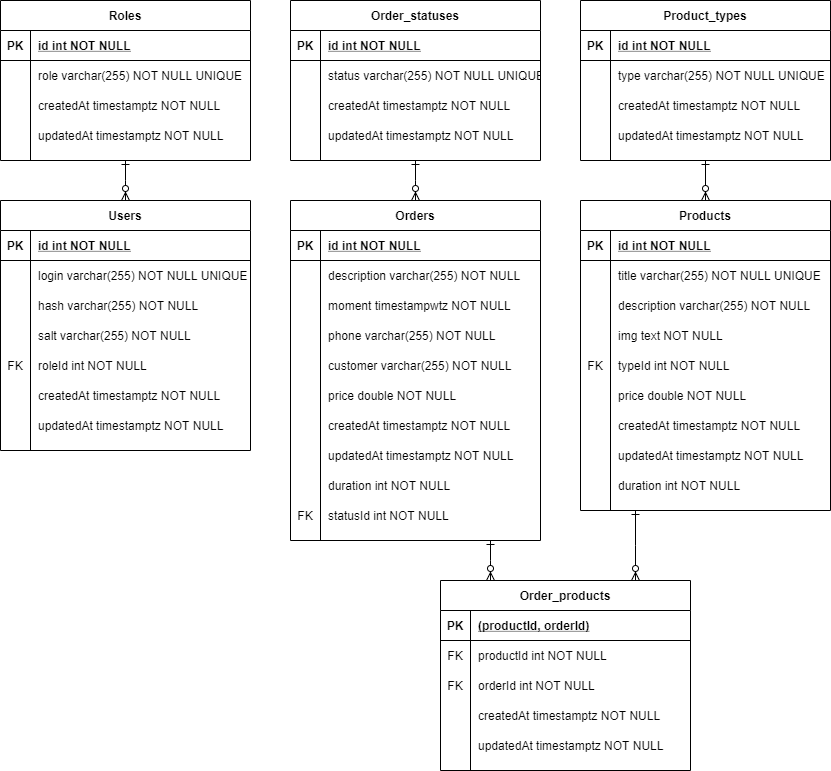
Before: docs/fiz.png, a diagram exported from draw.io (qwe3qwe3lott/2-2Kproject). Source tidied: cells renumbered, new cells last; positions are measured from the earlier drawing's top-left corner, leaving out a move shared by most shapes.
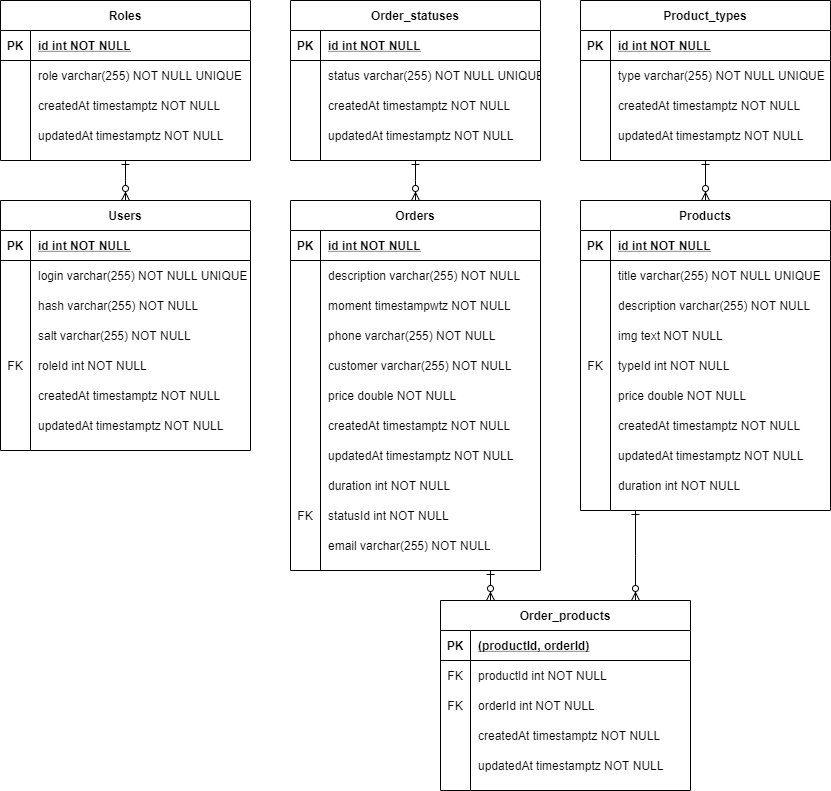
Later version of the same file.

Diff of the diagram source:
```diff
@@ -111,7 +111,7 @@
       <mxGeometry relative="1" as="geometry" />
     </mxCell>
     <mxCell id="38" value="Orders" style="shape=table;startSize=30;rowLines=0;fontStyle=1;align=center;" parent="1" vertex="1">
-      <mxGeometry x="290" y="200" width="250" height="340" as="geometry" />
+      <mxGeometry x="290" y="200" width="250" height="370" as="geometry" />
     </mxCell>
     <mxCell id="39" style="shape=partialRectangle;fillColor=none;top=0;left=0;right=0;bottom=1;" parent="38" vertex="1">
       <mxGeometry y="30" width="250" height="30" as="geometry" />
@@ -203,6 +203,15 @@
     <mxCell id="68" value="statusId int NOT NULL" style="shape=partialRectangle;overflow=hidden;fillColor=none;top=0;left=0;bottom=0;right=0;align=left;spacingLeft=6;" parent="66" vertex="1">
       <mxGeometry x="30" width="220" height="30" as="geometry" />
     </mxCell>
+    <mxCell id="143" style="shape=partialRectangle;fillColor=none;top=0;left=0;right=0;bottom=0;" parent="38" vertex="1">
+      <mxGeometry y="330" width="250" height="30" as="geometry" />
+    </mxCell>
+    <mxCell id="144" style="shape=partialRectangle;overflow=hidden;fillColor=none;top=0;left=0;bottom=0;right=0;" parent="143" vertex="1">
+      <mxGeometry width="30" height="30" as="geometry" />
+    </mxCell>
+    <mxCell id="145" value="email varchar(255) NOT NULL" style="shape=partialRectangle;overflow=hidden;fillColor=none;top=0;left=0;bottom=0;right=0;align=left;spacingLeft=6;" parent="143" vertex="1">
+      <mxGeometry x="30" width="220" height="30" as="geometry" />
+    </mxCell>
     <mxCell id="69" value="Products" style="shape=table;startSize=30;rowLines=0;fontStyle=1;align=center;" parent="1" vertex="1">
       <mxGeometry x="580" y="200" width="250" height="310" as="geometry" />
     </mxCell>
@@ -335,7 +344,7 @@
       </mxGeometry>
     </mxCell>
     <mxCell id="111" value="Order_products" style="shape=table;startSize=30;rowLines=0;fontStyle=1;align=center;" parent="1" vertex="1">
-      <mxGeometry x="440" y="580" width="250" height="190" as="geometry" />
+      <mxGeometry x="440" y="600" width="250" height="190" as="geometry" />
     </mxCell>
     <mxCell id="112" style="shape=partialRectangle;fillColor=none;top=0;left=0;right=0;bottom=1;" parent="111" vertex="1">
       <mxGeometry y="30" width="250" height="30" as="geometry" />
```
